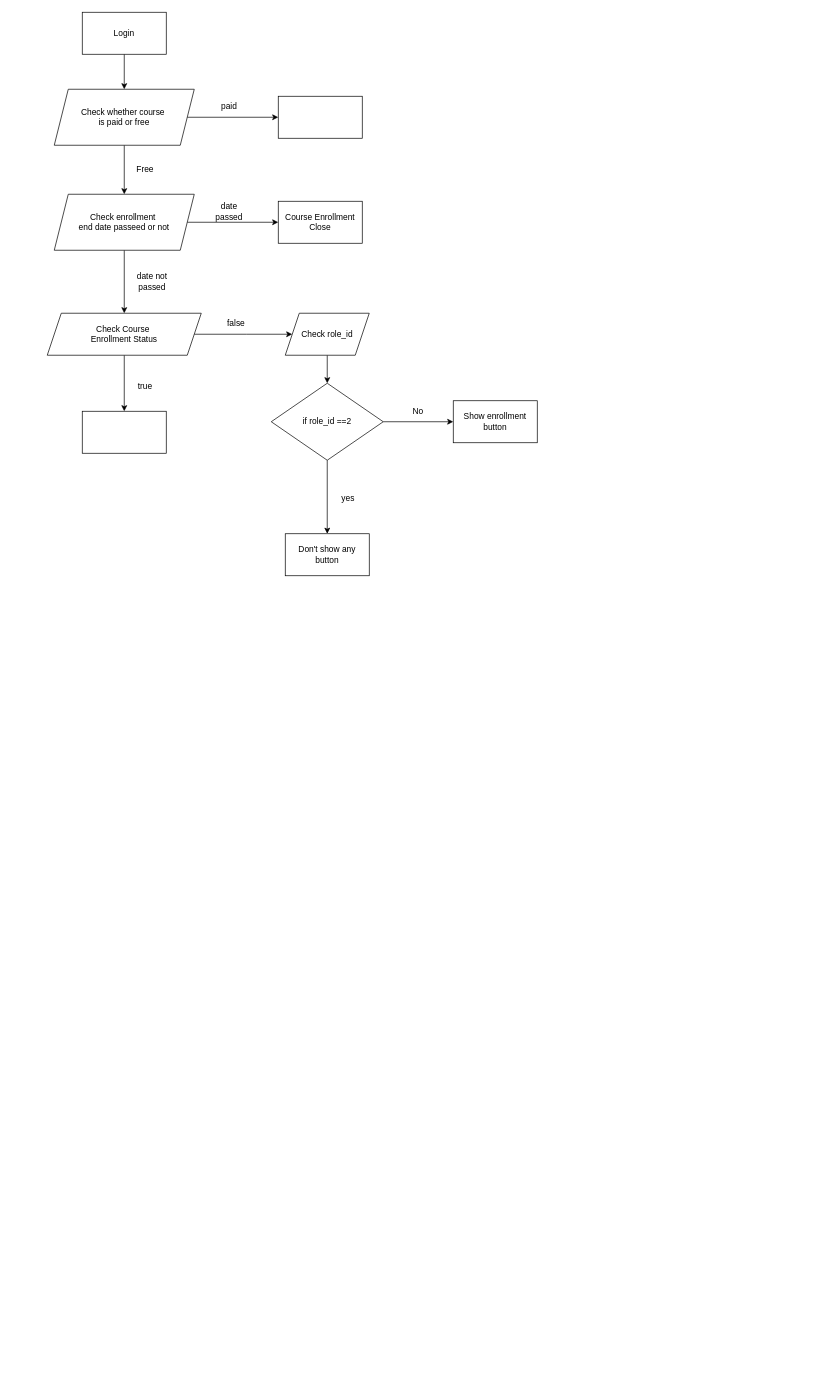
The draw.io diagram enrollment button flow.drawio in Vaishnavi2401/Meghskshak_flowchart, before the edit. Source tidied: cells renumbered, new cells numbered last; positions are measured from the earlier drawing's top-left corner, leaving out a move shared by most shapes. Both pictures are drawn from the tidied source at 70%, with x=0, y=0 at pixel (47, 12).
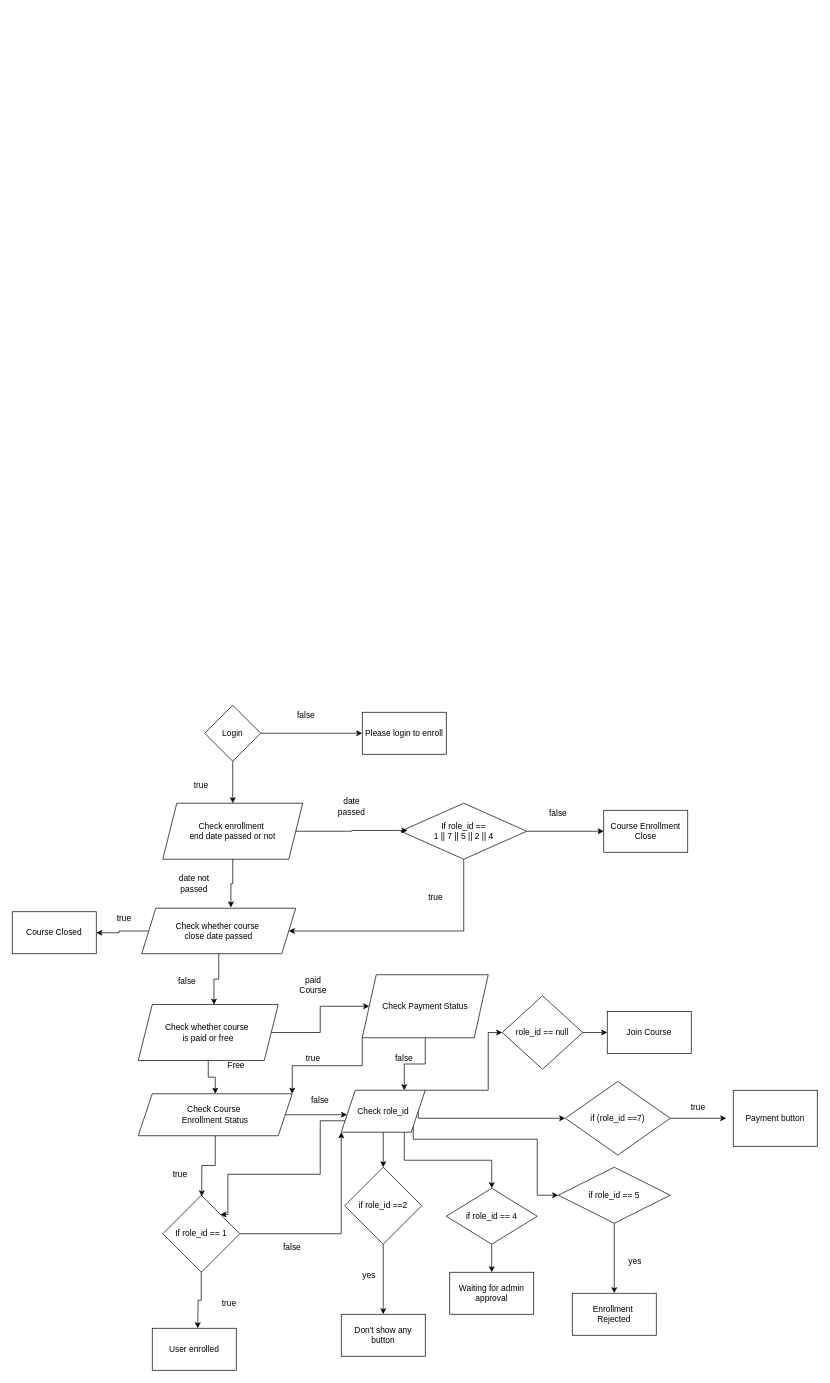
The same diagram, later.

What changed in the source:
```diff
@@
-    <mxCell id="2" style="edgeStyle=orthogonalEdgeStyle;rounded=0;jettySize=auto;html=1;exitX=0.5;exitY=1;exitDx=0;exitDy=0;entryX=0.5;entryY=0;entryDx=0;entryDy=0;" parent="1" edge="1" source="3" target="6">
-      <mxGeometry relative="1" as="geometry" />
-    </mxCell>
-    <mxCell id="3" value="Login" style="rounded=0;whiteSpace=wrap;html=1;" parent="1" vertex="1">
-      <mxGeometry x="50" width="120" height="60" as="geometry" />
-    </mxCell>
-    <mxCell id="4" style="edgeStyle=orthogonalEdgeStyle;rounded=0;jettySize=auto;html=1;" parent="1" edge="1" source="6" target="7">
-      <mxGeometry relative="1" as="geometry" />
-    </mxCell>
-    <mxCell id="5" style="edgeStyle=orthogonalEdgeStyle;rounded=0;jettySize=auto;html=1;" parent="1" edge="1" source="6" target="11">
-      <mxGeometry relative="1" as="geometry" />
-    </mxCell>
+    <mxCell id="31" value="Check enrollment&amp;nbsp;&lt;div&gt;end date passed or not&lt;/div&gt;" style="shape=parallelogram;perimeter=parallelogramPerimeter;whiteSpace=wrap;html=1;fixedSize=1;" parent="1" vertex="1">
+      <mxGeometry x="165" y="1130" width="200" height="80" as="geometry" />
+    </mxCell>
+    <mxCell id="32" value="paid Course" style="text;html=1;whiteSpace=wrap;strokeColor=none;fillColor=none;align=center;verticalAlign=middle;rounded=0;" parent="1" vertex="1">
+      <mxGeometry x="350" y="1375" width="60" height="30" as="geometry" />
+    </mxCell>
+    <mxCell id="33" style="edgeStyle=orthogonalEdgeStyle;rounded=0;jettySize=auto;html=1;" parent="1" edge="1" source="6" target="51">
+      <mxGeometry relative="1" as="geometry" />
+    </mxCell>
+    <mxCell id="34" style="edgeStyle=orthogonalEdgeStyle;rounded=0;jettySize=auto;html=1;" parent="1" edge="1" source="6" target="17">
+      <mxGeometry relative="1" as="geometry" />
+    </mxCell>
     <mxCell id="6" value="Check whether course&amp;nbsp;&lt;div&gt;is paid or free&lt;/div&gt;" style="shape=parallelogram;perimeter=parallelogramPerimeter;whiteSpace=wrap;html=1;fixedSize=1;" parent="1" vertex="1">
-      <mxGeometry x="10" y="110" width="200" height="80" as="geometry" />
+      <mxGeometry x="130" y="1417.5" width="200" height="80" as="geometry" />
     </mxCell>
-    <mxCell id="7" style="whiteSpace=wrap;html=1;" parent="1" vertex="1">
-      <mxGeometry x="330" y="120" width="120" height="60" as="geometry" />
-    </mxCell>
-    <mxCell id="8" value="paid" style="text;html=1;whiteSpace=wrap;strokeColor=none;fillColor=none;align=center;verticalAlign=middle;rounded=0;" parent="1" vertex="1">
-      <mxGeometry x="230" y="120" width="60" height="30" as="geometry" />
-    </mxCell>
-    <mxCell id="9" style="edgeStyle=orthogonalEdgeStyle;rounded=0;jettySize=auto;html=1;" parent="1" edge="1" source="11" target="13">
-      <mxGeometry relative="1" as="geometry" />
-    </mxCell>
-    <mxCell id="10" style="edgeStyle=orthogonalEdgeStyle;rounded=0;jettySize=auto;html=1;" parent="1" edge="1" source="11" target="17">
-      <mxGeometry relative="1" as="geometry" />
-    </mxCell>
-    <mxCell id="11" value="Check enrollment&amp;nbsp;&lt;div&gt;end date passeed or not&lt;/div&gt;" style="shape=parallelogram;perimeter=parallelogramPerimeter;whiteSpace=wrap;html=1;fixedSize=1;" parent="1" vertex="1">
-      <mxGeometry x="10" y="260" width="200" height="80" as="geometry" />
-    </mxCell>
     <mxCell id="12" value="Free" style="text;html=1;whiteSpace=wrap;strokeColor=none;fillColor=none;align=center;verticalAlign=middle;rounded=0;" parent="1" vertex="1">
-      <mxGeometry x="110" y="210" width="60" height="30" as="geometry" />
+      <mxGeometry x="240" y="1490" width="60" height="30" as="geometry" />
     </mxCell>
     <mxCell id="13" value="Course Enrollment Close" style="whiteSpace=wrap;html=1;" parent="1" vertex="1">
-      <mxGeometry x="330" y="270" width="120" height="60" as="geometry" />
+      <mxGeometry x="795" y="1140" width="120" height="60" as="geometry" />
     </mxCell>
     <mxCell id="14" value="date passed" style="text;html=1;whiteSpace=wrap;strokeColor=none;fillColor=none;align=center;verticalAlign=middle;rounded=0;" parent="1" vertex="1">
-      <mxGeometry x="230" y="270" width="60" height="30" as="geometry" />
+      <mxGeometry x="405" y="1120" width="60" height="30" as="geometry" />
     </mxCell>
-    <mxCell id="15" style="edgeStyle=orthogonalEdgeStyle;rounded=0;jettySize=auto;html=1;" parent="1" edge="1" source="17">
-      <mxGeometry relative="1" as="geometry">
-        <mxPoint x="350" y="460" as="targetPoint" />
-      </mxGeometry>
-    </mxCell>
-    <mxCell id="16" style="edgeStyle=orthogonalEdgeStyle;rounded=0;jettySize=auto;html=1;" parent="1" edge="1" source="17" target="29">
-      <mxGeometry relative="1" as="geometry" />
-    </mxCell>
     <mxCell id="17" value="Check Course&amp;nbsp;&lt;div&gt;Enrollment Status&lt;/div&gt;" style="shape=parallelogram;perimeter=parallelogramPerimeter;whiteSpace=wrap;html=1;fixedSize=1;" parent="1" vertex="1">
-      <mxGeometry y="430" width="220" height="60" as="geometry" />
+      <mxGeometry x="130" y="1545" width="220" height="60" as="geometry" />
     </mxCell>
     <mxCell id="18" value="date not passed" style="text;html=1;whiteSpace=wrap;strokeColor=none;fillColor=none;align=center;verticalAlign=middle;rounded=0;" parent="1" vertex="1">
-      <mxGeometry x="120" y="370" width="60" height="30" as="geometry" />
+      <mxGeometry x="180" y="1230" width="60" height="30" as="geometry" />
     </mxCell>
-    <mxCell id="19" value="false" style="text;html=1;whiteSpace=wrap;strokeColor=none;fillColor=none;align=center;verticalAlign=middle;rounded=0;" parent="1" vertex="1">
-      <mxGeometry x="240" y="430" width="60" height="30" as="geometry" />
-    </mxCell>
@@
-    <mxCell id="21" value="Check role_id" style="shape=parallelogram;perimeter=parallelogramPerimeter;whiteSpace=wrap;html=1;fixedSize=1;" parent="1" vertex="1">
-      <mxGeometry x="340" y="430" width="120" height="60" as="geometry" />
-    </mxCell>
@@
-    <mxCell id="23" style="edgeStyle=orthogonalEdgeStyle;rounded=0;jettySize=auto;html=1;" parent="1" edge="1" source="24" target="27">
-      <mxGeometry relative="1" as="geometry" />
-    </mxCell>
+    <mxCell id="35" style="edgeStyle=orthogonalEdgeStyle;rounded=0;jettySize=auto;html=1;exitX=1;exitY=1;exitDx=0;exitDy=0;" parent="1" edge="1" source="21" target="38">
+      <mxGeometry relative="1" as="geometry">
+        <Array as="points">
+          <mxPoint x="523" y="1610" />
+          <mxPoint x="700" y="1610" />
+          <mxPoint x="700" y="1690" />
+        </Array>
+      </mxGeometry>
+    </mxCell>
     <mxCell id="24" value="if role_id ==2" style="rhombus;whiteSpace=wrap;html=1;" parent="1" vertex="1">
-      <mxGeometry x="320" y="530" width="160" height="110" as="geometry" />
+      <mxGeometry x="425" y="1650" width="110" height="110" as="geometry" />
     </mxCell>
     <mxCell id="25" value="Don't show any button" style="whiteSpace=wrap;html=1;" parent="1" vertex="1">
-      <mxGeometry x="340" y="745" width="120" height="60" as="geometry" />
+      <mxGeometry x="420" y="1860" width="120" height="60" as="geometry" />
     </mxCell>
-    <mxCell id="26" value="yes" style="text;html=1;whiteSpace=wrap;strokeColor=none;fillColor=none;align=center;verticalAlign=middle;rounded=0;" parent="1" vertex="1">
-      <mxGeometry x="400" y="680" width="60" height="30" as="geometry" />
-    </mxCell>
-    <mxCell id="27" value="Show enrollment button" style="whiteSpace=wrap;html=1;" parent="1" vertex="1">
-      <mxGeometry x="580" y="555" width="120" height="60" as="geometry" />
-    </mxCell>
-    <mxCell id="28" value="No" style="text;html=1;whiteSpace=wrap;strokeColor=none;fillColor=none;align=center;verticalAlign=middle;rounded=0;" parent="1" vertex="1">
-      <mxGeometry x="500" y="555" width="60" height="30" as="geometry" />
-    </mxCell>
-    <mxCell id="29" style="whiteSpace=wrap;html=1;" parent="1" vertex="1">
-      <mxGeometry x="50" y="570" width="120" height="60" as="geometry" />
-    </mxCell>
-    <mxCell id="30" value="true" style="text;html=1;whiteSpace=wrap;strokeColor=none;fillColor=none;align=center;verticalAlign=middle;rounded=0;" parent="1" vertex="1">
-      <mxGeometry x="110" y="520" width="60" height="30" as="geometry" />
-    </mxCell>
+    <mxCell id="36" value="yes" style="text;html=1;whiteSpace=wrap;strokeColor=none;fillColor=none;align=center;verticalAlign=middle;rounded=0;" parent="1" vertex="1">
+      <mxGeometry x="430" y="1790" width="60" height="30" as="geometry" />
+    </mxCell>
+    <mxCell id="37" style="edgeStyle=orthogonalEdgeStyle;rounded=0;jettySize=auto;html=1;" parent="1" edge="1" source="38" target="40">
+      <mxGeometry relative="1" as="geometry" />
+    </mxCell>
+    <mxCell id="38" value="if role_id == 5" style="rhombus;whiteSpace=wrap;html=1;" parent="1" vertex="1">
+      <mxGeometry x="730" y="1650" width="160" height="80" as="geometry" />
+    </mxCell>
+    <mxCell id="39" value="Join Course" style="whiteSpace=wrap;html=1;" parent="1" vertex="1">
+      <mxGeometry x="800" y="1427.5" width="120" height="60" as="geometry" />
+    </mxCell>
+    <mxCell id="40" value="Enrollment&amp;nbsp;&lt;div&gt;Rejected&lt;/div&gt;" style="whiteSpace=wrap;html=1;" parent="1" vertex="1">
+      <mxGeometry x="750" y="1830" width="120" height="60" as="geometry" />
+    </mxCell>
+    <mxCell id="41" value="yes" style="text;html=1;whiteSpace=wrap;strokeColor=none;fillColor=none;align=center;verticalAlign=middle;rounded=0;" parent="1" vertex="1">
+      <mxGeometry x="810" y="1770" width="60" height="30" as="geometry" />
+    </mxCell>
+    <mxCell id="42" style="edgeStyle=orthogonalEdgeStyle;rounded=0;jettySize=auto;html=1;exitX=1;exitY=0.5;exitDx=0;exitDy=0;entryX=0;entryY=1;entryDx=0;entryDy=0;" parent="1" edge="1" source="44" target="21">
+      <mxGeometry relative="1" as="geometry" />
+    </mxCell>
+    <mxCell id="43" style="edgeStyle=orthogonalEdgeStyle;rounded=0;jettySize=auto;html=1;exitX=0.5;exitY=1;exitDx=0;exitDy=0;entryX=0.5;entryY=0;entryDx=0;entryDy=0;" parent="1" edge="1" source="44">
+      <mxGeometry relative="1" as="geometry">
+        <mxPoint x="215" y="1880" as="targetPoint" />
+      </mxGeometry>
+    </mxCell>
+    <mxCell id="44" value="If role_id == 1" style="rhombus;whiteSpace=wrap;html=1;" parent="1" vertex="1">
+      <mxGeometry x="165" y="1690" width="110" height="110" as="geometry" />
+    </mxCell>
+    <mxCell id="45" value="User enrolled" style="whiteSpace=wrap;html=1;" parent="1" vertex="1">
+      <mxGeometry x="150" y="1880" width="120" height="60" as="geometry" />
+    </mxCell>
+    <mxCell id="46" value="false" style="text;html=1;whiteSpace=wrap;strokeColor=none;fillColor=none;align=center;verticalAlign=middle;rounded=0;" parent="1" vertex="1">
+      <mxGeometry x="360" y="1540" width="60" height="30" as="geometry" />
+    </mxCell>
+    <mxCell id="47" value="true" style="text;html=1;whiteSpace=wrap;strokeColor=none;fillColor=none;align=center;verticalAlign=middle;rounded=0;" parent="1" vertex="1">
+      <mxGeometry x="230" y="1830" width="60" height="30" as="geometry" />
+    </mxCell>
+    <mxCell id="48" style="edgeStyle=orthogonalEdgeStyle;rounded=0;jettySize=auto;html=1;exitX=0;exitY=1;exitDx=0;exitDy=0;entryX=1;entryY=0;entryDx=0;entryDy=0;" parent="1" edge="1" source="51" target="17">
+      <mxGeometry relative="1" as="geometry" />
+    </mxCell>
+    <mxCell id="49" style="edgeStyle=orthogonalEdgeStyle;rounded=0;jettySize=auto;html=1;exitX=1;exitY=0.5;exitDx=0;exitDy=0;entryX=0;entryY=0.5;entryDx=0;entryDy=0;" parent="1" edge="1" source="21" target="55">
+      <mxGeometry relative="1" as="geometry">
+        <Array as="points">
+          <mxPoint x="740" y="1580" />
+        </Array>
+      </mxGeometry>
+    </mxCell>
+    <mxCell id="50" style="edgeStyle=orthogonalEdgeStyle;rounded=0;jettySize=auto;html=1;exitX=0.5;exitY=1;exitDx=0;exitDy=0;entryX=0.75;entryY=0;entryDx=0;entryDy=0;" parent="1" edge="1" source="51" target="21">
+      <mxGeometry relative="1" as="geometry" />
+    </mxCell>
+    <mxCell id="51" value="Check Payment Status" style="shape=parallelogram;perimeter=parallelogramPerimeter;whiteSpace=wrap;html=1;fixedSize=1;" parent="1" vertex="1">
+      <mxGeometry x="450" y="1375" width="180" height="90" as="geometry" />
+    </mxCell>
+    <mxCell id="52" value="false" style="text;html=1;whiteSpace=wrap;strokeColor=none;fillColor=none;align=center;verticalAlign=middle;rounded=0;" parent="1" vertex="1">
+      <mxGeometry x="480" y="1480" width="60" height="30" as="geometry" />
+    </mxCell>
+    <mxCell id="53" value="true" style="text;html=1;whiteSpace=wrap;strokeColor=none;fillColor=none;align=center;verticalAlign=middle;rounded=0;" parent="1" vertex="1">
+      <mxGeometry x="350" y="1480" width="60" height="30" as="geometry" />
+    </mxCell>
+    <mxCell id="54" style="edgeStyle=orthogonalEdgeStyle;rounded=0;jettySize=auto;html=1;exitX=1;exitY=0.5;exitDx=0;exitDy=0;" parent="1" edge="1" source="55">
+      <mxGeometry relative="1" as="geometry">
+        <mxPoint x="970" y="1580" as="targetPoint" />
+      </mxGeometry>
+    </mxCell>
+    <mxCell id="55" value="&lt;span style=&quot;background-color: transparent; color: light-dark(rgb(0, 0, 0), rgb(255, 255, 255));&quot;&gt;if (role_id ==7)&lt;/span&gt;" style="rhombus;whiteSpace=wrap;html=1;" parent="1" vertex="1">
+      <mxGeometry x="740" y="1527.5" width="150" height="105" as="geometry" />
+    </mxCell>
+    <mxCell id="56" value="Payment button" style="whiteSpace=wrap;html=1;" parent="1" vertex="1">
+      <mxGeometry x="980" y="1540" width="120" height="80" as="geometry" />
+    </mxCell>
+    <mxCell id="57" value="true" style="text;html=1;whiteSpace=wrap;strokeColor=none;fillColor=none;align=center;verticalAlign=middle;rounded=0;" parent="1" vertex="1">
+      <mxGeometry x="900" y="1550" width="60" height="30" as="geometry" />
+    </mxCell>
+    <mxCell id="58" style="edgeStyle=orthogonalEdgeStyle;rounded=0;jettySize=auto;html=1;" parent="1" edge="1" source="17" target="21">
+      <mxGeometry relative="1" as="geometry">
+        <Array as="points">
+          <mxPoint x="350" y="1570" />
+          <mxPoint x="350" y="1570" />
+        </Array>
+      </mxGeometry>
+    </mxCell>
+    <mxCell id="59" style="edgeStyle=orthogonalEdgeStyle;rounded=0;jettySize=auto;html=1;exitX=0;exitY=0.75;exitDx=0;exitDy=0;entryX=1;entryY=0;entryDx=0;entryDy=0;" parent="1" edge="1" source="21" target="44">
+      <mxGeometry relative="1" as="geometry">
+        <Array as="points">
+          <mxPoint x="390" y="1584" />
+          <mxPoint x="390" y="1660" />
+          <mxPoint x="258" y="1660" />
+        </Array>
+      </mxGeometry>
+    </mxCell>
+    <mxCell id="60" style="edgeStyle=orthogonalEdgeStyle;rounded=0;jettySize=auto;html=1;exitX=0.75;exitY=1;exitDx=0;exitDy=0;entryX=0.5;entryY=0;entryDx=0;entryDy=0;" parent="1" edge="1" source="21" target="70">
+      <mxGeometry relative="1" as="geometry">
+        <Array as="points">
+          <mxPoint x="510" y="1640" />
+          <mxPoint x="635" y="1640" />
+        </Array>
+      </mxGeometry>
+    </mxCell>
+    <mxCell id="61" style="edgeStyle=orthogonalEdgeStyle;rounded=0;jettySize=auto;html=1;exitX=1;exitY=0;exitDx=0;exitDy=0;entryX=0;entryY=0.5;entryDx=0;entryDy=0;" parent="1" edge="1" source="21" target="73">
+      <mxGeometry relative="1" as="geometry">
+        <Array as="points">
+          <mxPoint x="630" y="1540" />
+          <mxPoint x="630" y="1457" />
+        </Array>
+      </mxGeometry>
+    </mxCell>
+    <mxCell id="21" value="Check role_id" style="shape=parallelogram;perimeter=parallelogramPerimeter;whiteSpace=wrap;html=1;fixedSize=1;" parent="1" vertex="1">
+      <mxGeometry x="420" y="1540" width="120" height="60" as="geometry" />
+    </mxCell>
+    <mxCell id="62" style="edgeStyle=orthogonalEdgeStyle;rounded=0;jettySize=auto;html=1;exitX=1;exitY=0.5;exitDx=0;exitDy=0;entryX=0;entryY=0.5;entryDx=0;entryDy=0;" parent="1" edge="1" source="64" target="13">
+      <mxGeometry relative="1" as="geometry" />
+    </mxCell>
+    <mxCell id="63" style="edgeStyle=orthogonalEdgeStyle;rounded=0;jettySize=auto;html=1;exitX=0.5;exitY=1;exitDx=0;exitDy=0;entryX=1;entryY=0.5;entryDx=0;entryDy=0;" parent="1" edge="1" source="64" target="77">
+      <mxGeometry relative="1" as="geometry">
+        <Array as="points">
+          <mxPoint x="595" y="1313" />
+        </Array>
+      </mxGeometry>
+    </mxCell>
+    <mxCell id="64" value="If role_id == &lt;br&gt;1 || 7 || 5 || 2 || 4" style="rhombus;whiteSpace=wrap;html=1;" parent="1" vertex="1">
+      <mxGeometry x="505" y="1130" width="180" height="80" as="geometry" />
+    </mxCell>
+    <mxCell id="65" value="false" style="text;html=1;whiteSpace=wrap;strokeColor=none;fillColor=none;align=center;verticalAlign=middle;rounded=0;" parent="1" vertex="1">
+      <mxGeometry x="700" y="1130" width="60" height="30" as="geometry" />
+    </mxCell>
+    <mxCell id="66" value="true" style="text;html=1;whiteSpace=wrap;strokeColor=none;fillColor=none;align=center;verticalAlign=middle;rounded=0;" parent="1" vertex="1">
+      <mxGeometry x="525" y="1250" width="60" height="30" as="geometry" />
+    </mxCell>
+    <mxCell id="67" value="true" style="text;html=1;whiteSpace=wrap;strokeColor=none;fillColor=none;align=center;verticalAlign=middle;rounded=0;" parent="1" vertex="1">
+      <mxGeometry x="160" y="1645" width="60" height="30" as="geometry" />
+    </mxCell>
+    <mxCell id="68" value="false" style="text;html=1;whiteSpace=wrap;strokeColor=none;fillColor=none;align=center;verticalAlign=middle;rounded=0;" parent="1" vertex="1">
+      <mxGeometry x="320" y="1750" width="60" height="30" as="geometry" />
+    </mxCell>
+    <mxCell id="69" style="edgeStyle=orthogonalEdgeStyle;rounded=0;jettySize=auto;html=1;exitX=0.5;exitY=1;exitDx=0;exitDy=0;entryX=0.5;entryY=0;entryDx=0;entryDy=0;" parent="1" edge="1" source="70" target="71">
+      <mxGeometry relative="1" as="geometry" />
+    </mxCell>
+    <mxCell id="70" value="if role_id == 4" style="rhombus;whiteSpace=wrap;html=1;" parent="1" vertex="1">
+      <mxGeometry x="570" y="1680" width="130" height="80" as="geometry" />
+    </mxCell>
+    <mxCell id="71" value="Waiting for admin approval" style="whiteSpace=wrap;html=1;" parent="1" vertex="1">
+      <mxGeometry x="575" y="1800" width="120" height="60" as="geometry" />
+    </mxCell>
+    <mxCell id="72" style="edgeStyle=orthogonalEdgeStyle;rounded=0;jettySize=auto;html=1;exitX=1;exitY=0.5;exitDx=0;exitDy=0;entryX=0;entryY=0.5;entryDx=0;entryDy=0;" parent="1" edge="1" source="73">
+      <mxGeometry relative="1" as="geometry">
+        <mxPoint x="800" y="1457.5" as="targetPoint" />
+      </mxGeometry>
+    </mxCell>
+    <mxCell id="73" value="&lt;span style=&quot;background-color: transparent; color: light-dark(rgb(0, 0, 0), rgb(255, 255, 255));&quot;&gt;role_id == null&lt;/span&gt;" style="rhombus;whiteSpace=wrap;html=1;" parent="1" vertex="1">
+      <mxGeometry x="650" y="1405" width="115" height="105" as="geometry" />
+    </mxCell>
+    <mxCell id="74" style="edgeStyle=orthogonalEdgeStyle;rounded=0;jettySize=auto;html=1;exitX=0.5;exitY=1;exitDx=0;exitDy=0;entryX=0.507;entryY=0.015;entryDx=0;entryDy=0;entryPerimeter=0;" parent="1" edge="1" source="17" target="44">
+      <mxGeometry relative="1" as="geometry" />
+    </mxCell>
+    <mxCell id="75" style="edgeStyle=orthogonalEdgeStyle;rounded=0;jettySize=auto;html=1;exitX=1;exitY=0.5;exitDx=0;exitDy=0;entryX=0.053;entryY=0.486;entryDx=0;entryDy=0;entryPerimeter=0;" parent="1" edge="1" source="31" target="64">
+      <mxGeometry relative="1" as="geometry" />
+    </mxCell>
+    <mxCell id="76" style="edgeStyle=orthogonalEdgeStyle;rounded=0;jettySize=auto;html=1;exitX=0;exitY=0.5;exitDx=0;exitDy=0;entryX=1;entryY=0.5;entryDx=0;entryDy=0;" parent="1" edge="1" source="77" target="80">
+      <mxGeometry relative="1" as="geometry" />
+    </mxCell>
+    <mxCell id="77" value="Check whether course&amp;nbsp;&lt;div&gt;close date passed&lt;/div&gt;" style="shape=parallelogram;perimeter=parallelogramPerimeter;whiteSpace=wrap;html=1;fixedSize=1;" parent="1" vertex="1">
+      <mxGeometry x="135" y="1280" width="220" height="65" as="geometry" />
+    </mxCell>
+    <mxCell id="78" style="edgeStyle=orthogonalEdgeStyle;rounded=0;jettySize=auto;html=1;exitX=0.5;exitY=1;exitDx=0;exitDy=0;entryX=0.579;entryY=-0.017;entryDx=0;entryDy=0;entryPerimeter=0;" parent="1" edge="1" source="31" target="77">
+      <mxGeometry relative="1" as="geometry" />
+    </mxCell>
+    <mxCell id="79" style="edgeStyle=orthogonalEdgeStyle;rounded=0;jettySize=auto;html=1;exitX=0.5;exitY=1;exitDx=0;exitDy=0;entryX=0.541;entryY=0.003;entryDx=0;entryDy=0;entryPerimeter=0;" parent="1" edge="1" source="77" target="6">
+      <mxGeometry relative="1" as="geometry" />
+    </mxCell>
+    <mxCell id="80" value="Course Closed" style="whiteSpace=wrap;html=1;" parent="1" vertex="1">
+      <mxGeometry x="-50" y="1285" width="120" height="60" as="geometry" />
+    </mxCell>
+    <mxCell id="81" style="edgeStyle=orthogonalEdgeStyle;rounded=0;jettySize=auto;html=1;exitX=0.5;exitY=1;exitDx=0;exitDy=0;" parent="1" edge="1" source="3" target="31">
+      <mxGeometry relative="1" as="geometry" />
+    </mxCell>
+    <mxCell id="82" style="edgeStyle=orthogonalEdgeStyle;rounded=0;jettySize=auto;html=1;exitX=1;exitY=0.5;exitDx=0;exitDy=0;entryX=0;entryY=0.5;entryDx=0;entryDy=0;" parent="1" edge="1" source="3" target="85">
+      <mxGeometry relative="1" as="geometry" />
+    </mxCell>
+    <mxCell id="3" value="Login" style="rhombus;whiteSpace=wrap;html=1;" parent="1" vertex="1">
+      <mxGeometry x="225" y="990" width="80" height="80" as="geometry" />
+    </mxCell>
+    <mxCell id="83" value="true" style="text;html=1;whiteSpace=wrap;strokeColor=none;fillColor=none;align=center;verticalAlign=middle;rounded=0;" parent="1" vertex="1">
+      <mxGeometry x="190" y="1090" width="60" height="30" as="geometry" />
+    </mxCell>
+    <mxCell id="84" value="false" style="text;html=1;whiteSpace=wrap;strokeColor=none;fillColor=none;align=center;verticalAlign=middle;rounded=0;" parent="1" vertex="1">
+      <mxGeometry x="340" y="990" width="60" height="30" as="geometry" />
+    </mxCell>
+    <mxCell id="85" value="Please login to enroll" style="whiteSpace=wrap;html=1;" parent="1" vertex="1">
+      <mxGeometry x="450" y="1000" width="120" height="60" as="geometry" />
+    </mxCell>
+    <mxCell id="86" value="true" style="text;html=1;whiteSpace=wrap;strokeColor=none;fillColor=none;align=center;verticalAlign=middle;rounded=0;" parent="1" vertex="1">
+      <mxGeometry x="80" y="1280" width="60" height="30" as="geometry" />
+    </mxCell>
+    <mxCell id="87" value="false" style="text;html=1;whiteSpace=wrap;strokeColor=none;fillColor=none;align=center;verticalAlign=middle;rounded=0;" parent="1" vertex="1">
+      <mxGeometry x="170" y="1370" width="60" height="30" as="geometry" />
+    </mxCell>
```
